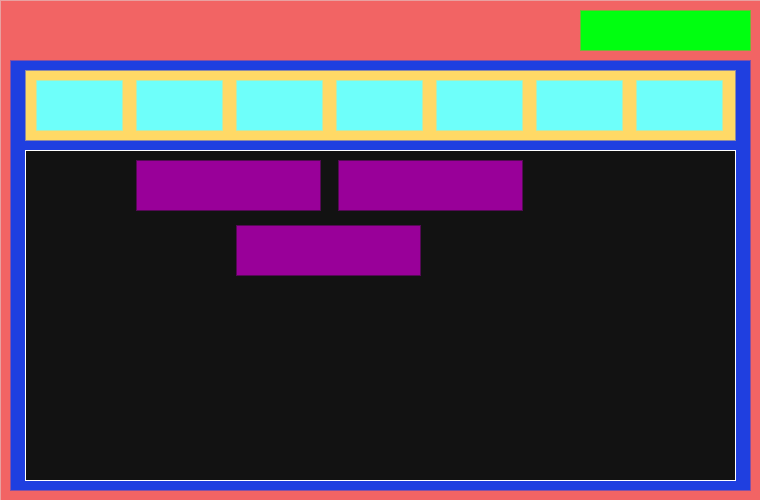
Earlier version of the draw.io export docs/assets/timeline_prototype.drawio.png (joaoefornazari/timeline-airtable). Source tidied: cells renumbered, new cells last; positions are measured from the earlier drawing's top-left corner, leaving out a move shared by most shapes.
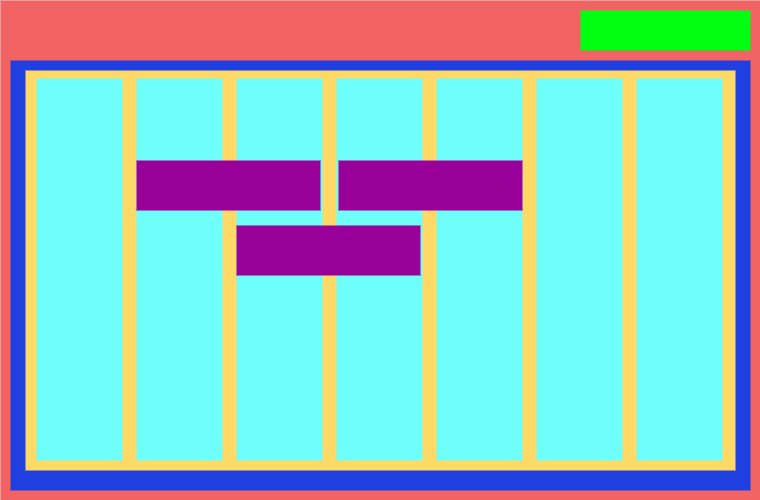
After the commit.

Commit message:
docs: update on architecture due to container hierarchy changes

What changed in the source:
```diff
@@ -12,40 +12,37 @@
       <mxGeometry x="10" y="60" width="740" height="430" as="geometry" />
     </mxCell>
     <mxCell id="5" style="rounded=0;whiteSpace=wrap;html=1;strokeColor=none;strokeWidth=4;fillColor=light-dark(#FFD966,#FFD966);" parent="1" vertex="1">
-      <mxGeometry x="25" y="70" width="710" height="70" as="geometry" />
+      <mxGeometry x="25" y="70" width="710" height="400" as="geometry" />
     </mxCell>
-    <mxCell id="6" style="rounded=0;whiteSpace=wrap;html=1;" parent="1" vertex="1">
-      <mxGeometry x="25" y="150" width="710" height="330" as="geometry" />
+    <mxCell id="6" style="rounded=0;whiteSpace=wrap;html=1;imageWidth=20;fillColor=light-dark(#FFFFFF,#6EFFFA);strokeColor=none;" parent="1" vertex="1">
+      <mxGeometry x="36" y="78" width="86" height="382" as="geometry" />
     </mxCell>
     <mxCell id="7" style="rounded=0;whiteSpace=wrap;html=1;imageWidth=20;fillColor=light-dark(#FFFFFF,#6EFFFA);strokeColor=none;" parent="1" vertex="1">
-      <mxGeometry x="36" y="80" width="86" height="50" as="geometry" />
+      <mxGeometry x="136" y="78" width="86" height="382" as="geometry" />
     </mxCell>
     <mxCell id="8" style="rounded=0;whiteSpace=wrap;html=1;imageWidth=20;fillColor=light-dark(#FFFFFF,#6EFFFA);strokeColor=none;" parent="1" vertex="1">
-      <mxGeometry x="136" y="80" width="86" height="50" as="geometry" />
+      <mxGeometry x="236" y="78" width="86" height="382" as="geometry" />
     </mxCell>
     <mxCell id="9" style="rounded=0;whiteSpace=wrap;html=1;imageWidth=20;fillColor=light-dark(#FFFFFF,#6EFFFA);strokeColor=none;" parent="1" vertex="1">
-      <mxGeometry x="236" y="80" width="86" height="50" as="geometry" />
+      <mxGeometry x="336" y="78" width="86" height="382" as="geometry" />
     </mxCell>
-    <mxCell id="10" style="rounded=0;whiteSpace=wrap;html=1;imageWidth=20;fillColor=light-dark(#FFFFFF,#6EFFFA);strokeColor=none;" parent="1" vertex="1">
-      <mxGeometry x="336" y="80" width="86" height="50" as="geometry" />
+    <mxCell id="10" style="rounded=0;whiteSpace=wrap;html=1;imageWidth=24;fillColor=light-dark(#FFFFFF,#6EFFFA);strokeColor=none;" parent="1" vertex="1">
+      <mxGeometry x="436" y="78" width="86" height="382" as="geometry" />
     </mxCell>
     <mxCell id="11" style="rounded=0;whiteSpace=wrap;html=1;imageWidth=24;fillColor=light-dark(#FFFFFF,#6EFFFA);strokeColor=none;" parent="1" vertex="1">
-      <mxGeometry x="436" y="80" width="86" height="50" as="geometry" />
+      <mxGeometry x="536" y="78" width="86" height="382" as="geometry" />
     </mxCell>
-    <mxCell id="12" style="rounded=0;whiteSpace=wrap;html=1;imageWidth=24;fillColor=light-dark(#FFFFFF,#6EFFFA);strokeColor=none;" parent="1" vertex="1">
-      <mxGeometry x="536" y="80" width="86" height="50" as="geometry" />
+    <mxCell id="12" style="rounded=0;whiteSpace=wrap;html=1;imageWidth=24;fillColor=light-dark(#6EFFFA,#6EFFFA);strokeWidth=0;strokeColor=none;" parent="1" vertex="1">
+      <mxGeometry x="636" y="78" width="86" height="382" as="geometry" />
     </mxCell>
-    <mxCell id="13" style="rounded=0;whiteSpace=wrap;html=1;imageWidth=24;fillColor=light-dark(#6EFFFA,#6EFFFA);strokeWidth=0;strokeColor=none;" parent="1" vertex="1">
-      <mxGeometry x="636" y="80" width="86" height="50" as="geometry" />
+    <mxCell id="13" style="rounded=0;whiteSpace=wrap;html=1;imageWidth=20;strokeColor=none;fillColor=light-dark(#FFFFFF,#990099);" parent="1" vertex="1">
+      <mxGeometry x="136" y="160" width="184" height="50" as="geometry" />
     </mxCell>
     <mxCell id="14" style="rounded=0;whiteSpace=wrap;html=1;imageWidth=20;strokeColor=none;fillColor=light-dark(#FFFFFF,#990099);" parent="1" vertex="1">
-      <mxGeometry x="136" y="160" width="184" height="50" as="geometry" />
+      <mxGeometry x="338" y="160" width="184" height="50" as="geometry" />
     </mxCell>
     <mxCell id="15" style="rounded=0;whiteSpace=wrap;html=1;imageWidth=20;strokeColor=none;fillColor=light-dark(#FFFFFF,#990099);" parent="1" vertex="1">
-      <mxGeometry x="338" y="160" width="184" height="50" as="geometry" />
+      <mxGeometry x="236" y="225" width="184" height="50" as="geometry" />
     </mxCell>
-    <mxCell id="16" style="rounded=0;whiteSpace=wrap;html=1;imageWidth=20;strokeColor=none;fillColor=light-dark(#FFFFFF,#990099);" parent="1" vertex="1">
-      <mxGeometry x="236" y="225" width="184" height="50" as="geometry" />
-    </mxCell>
   </root>
 </mxGraphModel>
```
